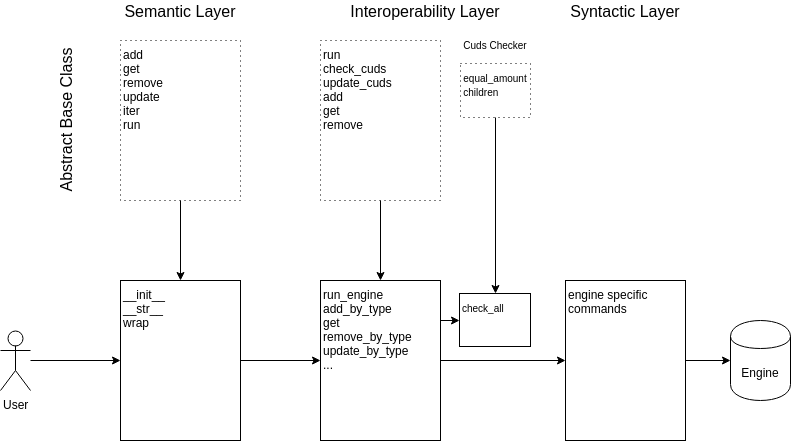
Before: wrapper_layers.png, a diagram exported from draw.io (simphony/wrapper-development). Source tidied: cells renumbered, new cells last; positions are measured from the earlier drawing's top-left corner, leaving out a move shared by most shapes. The source it was exported from:
```xml
<mxGraphModel>
  <root>
    <mxCell id="0" />
    <mxCell id="1" parent="0" />
    <mxCell id="2" style="edgeStyle=orthogonalEdgeStyle;rounded=0;jettySize=auto;html=1;entryX=0;entryY=0.5;entryDx=0;entryDy=0;" parent="1" edge="1" source="3" target="9">
      <mxGeometry relative="1" as="geometry" />
    </mxCell>
    <mxCell id="3" value="User&lt;br&gt;&lt;br&gt;" style="shape=umlActor;verticalLabelPosition=bottom;labelBackgroundColor=#none;verticalAlign=top;html=1;shadow=0;fillColor=none;" parent="1" vertex="1">
      <mxGeometry y="330" width="30" height="60" as="geometry" />
    </mxCell>
    <mxCell id="4" style="edgeStyle=orthogonalEdgeStyle;rounded=0;jettySize=auto;html=1;exitX=0.5;exitY=1;exitDx=0;exitDy=0;entryX=0.5;entryY=0;entryDx=0;entryDy=0;" parent="1" edge="1" source="5" target="9">
      <mxGeometry relative="1" as="geometry" />
    </mxCell>
    <mxCell id="5" value="add&lt;br&gt;get&lt;br&gt;remove&lt;br&gt;update&lt;br&gt;iter&lt;br&gt;run&lt;br&gt;&lt;br&gt;" style="shape=ext;html=1;whiteSpace=wrap;dashed=1;dashPattern=1 4;shadow=0;fillColor=none;verticalAlign=top;align=left;" parent="1" vertex="1">
      <mxGeometry x="120" y="40" width="120" height="160" as="geometry" />
    </mxCell>
    <mxCell id="6" style="edgeStyle=orthogonalEdgeStyle;rounded=0;jettySize=auto;html=1;exitX=0.5;exitY=1;exitDx=0;exitDy=0;entryX=0.5;entryY=0;entryDx=0;entryDy=0;" parent="1" edge="1" source="7" target="12">
      <mxGeometry relative="1" as="geometry" />
    </mxCell>
    <mxCell id="7" value="run&lt;br&gt;check_cuds&lt;br&gt;update_cuds&lt;br&gt;add&lt;br&gt;get&lt;br&gt;remove&lt;br&gt;" style="shape=ext;html=1;whiteSpace=wrap;dashed=1;dashPattern=1 4;shadow=0;fillColor=none;align=left;verticalAlign=top;" parent="1" vertex="1">
      <mxGeometry x="320" y="40" width="120" height="160" as="geometry" />
    </mxCell>
    <mxCell id="8" style="edgeStyle=orthogonalEdgeStyle;rounded=0;jettySize=auto;html=1;exitX=1;exitY=0.5;exitDx=0;exitDy=0;entryX=0;entryY=0.5;entryDx=0;entryDy=0;" parent="1" edge="1" source="9" target="12">
      <mxGeometry relative="1" as="geometry" />
    </mxCell>
    <mxCell id="9" value="__init__&lt;br&gt;__str__&lt;br&gt;wrap&lt;br&gt;" style="rounded=0;whiteSpace=wrap;html=1;shadow=0;fillColor=none;align=left;verticalAlign=top;" parent="1" vertex="1">
      <mxGeometry x="120" y="280" width="120" height="160" as="geometry" />
    </mxCell>
    <mxCell id="10" style="edgeStyle=orthogonalEdgeStyle;rounded=0;jettySize=auto;html=1;exitX=1;exitY=0.5;exitDx=0;exitDy=0;entryX=0;entryY=0.5;entryDx=0;entryDy=0;" parent="1" edge="1" source="12" target="17">
      <mxGeometry relative="1" as="geometry" />
    </mxCell>
    <mxCell id="11" style="edgeStyle=orthogonalEdgeStyle;rounded=0;jettySize=auto;html=1;exitX=1;exitY=0.25;exitDx=0;exitDy=0;entryX=0;entryY=0.5;entryDx=0;entryDy=0;" parent="1" edge="1" source="12" target="15">
      <mxGeometry relative="1" as="geometry" />
    </mxCell>
    <mxCell id="12" value="run_engine&lt;br&gt;add_by_type&lt;br&gt;get&lt;br&gt;remove_by_type&lt;br&gt;update_by_type&lt;br&gt;...&lt;br&gt;" style="rounded=0;whiteSpace=wrap;html=1;shadow=0;fillColor=none;align=left;verticalAlign=top;" parent="1" vertex="1">
      <mxGeometry x="320" y="280" width="120" height="160" as="geometry" />
    </mxCell>
    <mxCell id="13" style="edgeStyle=orthogonalEdgeStyle;rounded=0;jettySize=auto;html=1;exitX=0.5;exitY=1;exitDx=0;exitDy=0;entryX=0.5;entryY=0;entryDx=0;entryDy=0;" parent="1" edge="1" source="14" target="15">
      <mxGeometry relative="1" as="geometry" />
    </mxCell>
    <mxCell id="14" value="&lt;div style=&quot;text-align: left&quot;&gt;&lt;font style=&quot;font-size: 10px&quot;&gt;equal_amount&lt;/font&gt;&lt;/div&gt;&lt;div style=&quot;text-align: left&quot;&gt;&lt;font style=&quot;font-size: 10px&quot;&gt;children&lt;/font&gt;&lt;/div&gt;" style="shape=ext;html=1;whiteSpace=wrap;dashed=1;dashPattern=1 4;shadow=0;fillColor=none;horizontal=1;verticalAlign=top;" parent="1" vertex="1">
      <mxGeometry x="460" y="63" width="70" height="54" as="geometry" />
    </mxCell>
    <mxCell id="15" value="&lt;div style=&quot;text-align: left&quot;&gt;&lt;span&gt;&lt;font style=&quot;font-size: 10px&quot;&gt;check_all&lt;/font&gt;&lt;/span&gt;&lt;/div&gt;" style="rounded=0;whiteSpace=wrap;html=1;shadow=0;fillColor=none;align=left;verticalAlign=top;" parent="1" vertex="1">
      <mxGeometry x="459" y="293" width="71" height="53" as="geometry" />
    </mxCell>
    <mxCell id="16" style="edgeStyle=orthogonalEdgeStyle;rounded=0;jettySize=auto;html=1;exitX=1;exitY=0.5;exitDx=0;exitDy=0;entryX=0;entryY=0.5;entryDx=0;entryDy=0;" parent="1" edge="1" source="17" target="18">
      <mxGeometry relative="1" as="geometry" />
    </mxCell>
    <mxCell id="17" value="engine specific commands" style="rounded=0;whiteSpace=wrap;html=1;shadow=0;fillColor=none;align=left;verticalAlign=top;" parent="1" vertex="1">
      <mxGeometry x="565" y="280" width="120" height="160" as="geometry" />
    </mxCell>
    <mxCell id="18" value="Engine" style="shape=cylinder;whiteSpace=wrap;html=1;boundedLbl=1;backgroundOutline=1;shadow=0;fillColor=none;" parent="1" vertex="1">
      <mxGeometry x="730" y="320" width="60" height="80" as="geometry" />
    </mxCell>
    <mxCell id="19" value="&lt;font style=&quot;font-size: 16px&quot;&gt;Semantic Layer&lt;/font&gt;" style="text;html=1;strokeColor=none;fillColor=none;align=center;verticalAlign=middle;whiteSpace=wrap;rounded=0;shadow=0;fontSize=16;" parent="1" vertex="1">
      <mxGeometry x="120" width="120" height="20" as="geometry" />
    </mxCell>
    <mxCell id="20" value="&lt;font style=&quot;font-size: 16px&quot;&gt;Interoperability Layer&lt;/font&gt;" style="text;html=1;strokeColor=none;fillColor=none;align=center;verticalAlign=middle;whiteSpace=wrap;rounded=0;shadow=0;fontSize=16;" parent="1" vertex="1">
      <mxGeometry x="320" width="210" height="20" as="geometry" />
    </mxCell>
    <mxCell id="21" value="&lt;font style=&quot;font-size: 16px&quot;&gt;Syntactic Layer&lt;/font&gt;" style="text;html=1;strokeColor=none;fillColor=none;align=center;verticalAlign=middle;whiteSpace=wrap;rounded=0;shadow=0;fontSize=16;" parent="1" vertex="1">
      <mxGeometry x="565" width="120" height="20" as="geometry" />
    </mxCell>
    <mxCell id="22" value="&lt;font style=&quot;font-size: 16px&quot;&gt;Abstract Base Class&lt;br&gt;&lt;/font&gt;" style="text;html=1;strokeColor=none;fillColor=none;align=center;verticalAlign=middle;whiteSpace=wrap;rounded=0;shadow=0;fontSize=16;direction=west;horizontal=0;" parent="1" vertex="1">
      <mxGeometry x="50" y="40" width="30" height="160" as="geometry" />
    </mxCell>
    <mxCell id="23" value="&lt;font style=&quot;font-size: 10px&quot;&gt;Cuds Checker&lt;/font&gt;" style="text;html=1;strokeColor=none;fillColor=none;align=center;verticalAlign=middle;whiteSpace=wrap;rounded=0;shadow=0;fontSize=16;" parent="1" vertex="1">
      <mxGeometry x="460" y="32" width="70" height="20" as="geometry" />
    </mxCell>
  </root>
</mxGraphModel>
```
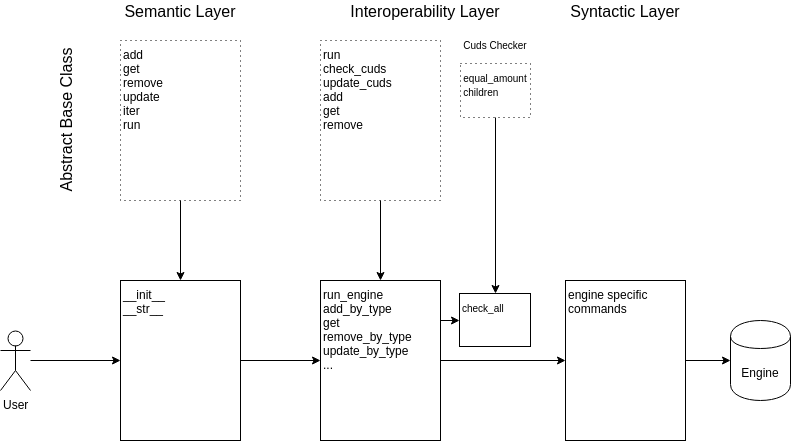
Above is the later version.

Commit message:
Updated wrap with __class__ to avoid abstract_method

Change to the diagram source:
```diff
@@ -23,7 +23,7 @@
     <mxCell id="8" style="edgeStyle=orthogonalEdgeStyle;rounded=0;jettySize=auto;html=1;exitX=1;exitY=0.5;exitDx=0;exitDy=0;entryX=0;entryY=0.5;entryDx=0;entryDy=0;" parent="1" edge="1" source="9" target="12">
       <mxGeometry relative="1" as="geometry" />
     </mxCell>
-    <mxCell id="9" value="__init__&lt;br&gt;__str__&lt;br&gt;wrap&lt;br&gt;" style="rounded=0;whiteSpace=wrap;html=1;shadow=0;fillColor=none;align=left;verticalAlign=top;" parent="1" vertex="1">
+    <mxCell id="9" value="__init__&lt;br&gt;__str__&lt;br&gt;" style="rounded=0;whiteSpace=wrap;html=1;shadow=0;fillColor=none;align=left;verticalAlign=top;" parent="1" vertex="1">
       <mxGeometry x="120" y="280" width="120" height="160" as="geometry" />
     </mxCell>
     <mxCell id="10" style="edgeStyle=orthogonalEdgeStyle;rounded=0;jettySize=auto;html=1;exitX=1;exitY=0.5;exitDx=0;exitDy=0;entryX=0;entryY=0.5;entryDx=0;entryDy=0;" parent="1" edge="1" source="12" target="17">
```
